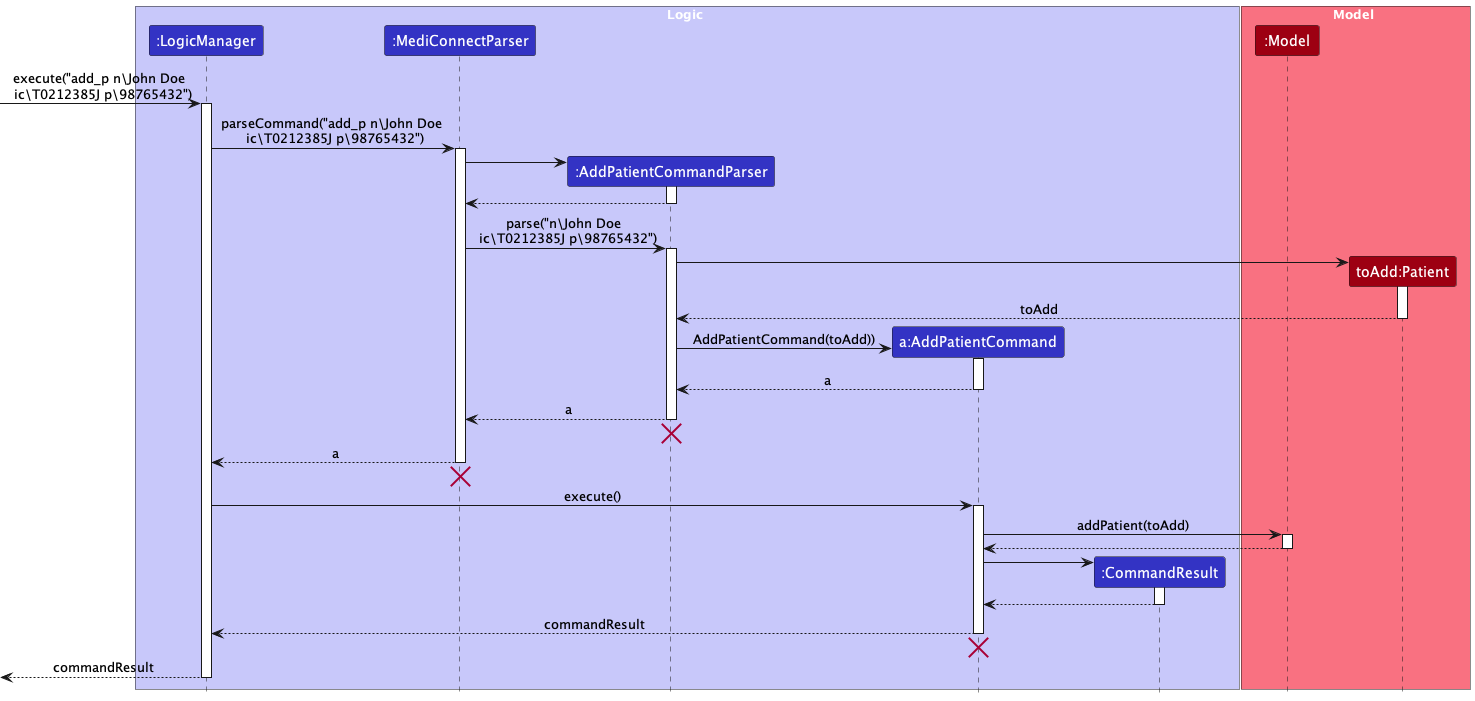
Above: docs/images/AddPatientSequenceDiagram.png in yanghengtang/tp (PlantUML), before the change. The source it was exported from:
```plantuml
@startuml
!include ../style.puml
skinparam ArrowFontStyle plain

box Logic LOGIC_COLOR_T1
participant ":LogicManager" as LogicManager LOGIC_COLOR
participant ":MediConnectParser" as MediConnectParser LOGIC_COLOR
participant ":AddPatientCommandParser" as AddPatientCommandParser LOGIC_COLOR
participant "a:AddPatientCommand" as AddPatientCommand LOGIC_COLOR
participant ":CommandResult" as CommandResult LOGIC_COLOR
end box

box Model MODEL_COLOR_T1
participant ":Model" as Model MODEL_COLOR
participant "toAdd:Patient" as Patient MODEL_COLOR
end box

[-> LogicManager : execute("add_p n\John Doe \n ic\T0212385J p\98765432")
activate LogicManager

LogicManager -> MediConnectParser : parseCommand("add_p n\John Doe \n ic\T0212385J p\98765432")
activate MediConnectParser

create AddPatientCommandParser
MediConnectParser -> AddPatientCommandParser
activate AddPatientCommandParser

AddPatientCommandParser --> MediConnectParser
deactivate AddPatientCommandParser

MediConnectParser -> AddPatientCommandParser : parse("n\John Doe \n ic\T0212385J p\98765432")
activate AddPatientCommandParser

create Patient
AddPatientCommandParser -> Patient
activate Patient

Patient --> AddPatientCommandParser : toAdd
deactivate

create AddPatientCommand
AddPatientCommandParser -> AddPatientCommand : AddPatientCommand(toAdd))
activate AddPatientCommand

AddPatientCommand --> AddPatientCommandParser : a
deactivate AddPatientCommand

AddPatientCommandParser --> MediConnectParser : a
deactivate AddPatientCommandParser
AddPatientCommandParser -[hidden]-> MediConnectParser
destroy AddPatientCommandParser

MediConnectParser --> LogicManager : a
deactivate MediConnectParser
MediConnectParser -[hidden]-> AddPatientCommandParser
destroy MediConnectParser

LogicManager -> AddPatientCommand : execute()
activate AddPatientCommand

AddPatientCommand -> Model : addPatient(toAdd)
activate Model

Model --> AddPatientCommand
deactivate Model

create CommandResult
AddPatientCommand -> CommandResult
activate CommandResult

CommandResult --> AddPatientCommand
deactivate CommandResult

AddPatientCommand --> LogicManager : commandResult
deactivate AddPatientCommand
AddPatientCommand -[hidden]-> Model
destroy AddPatientCommand

[<--LogicManager : commandResult
deactivate LogicManager
@enduml
```
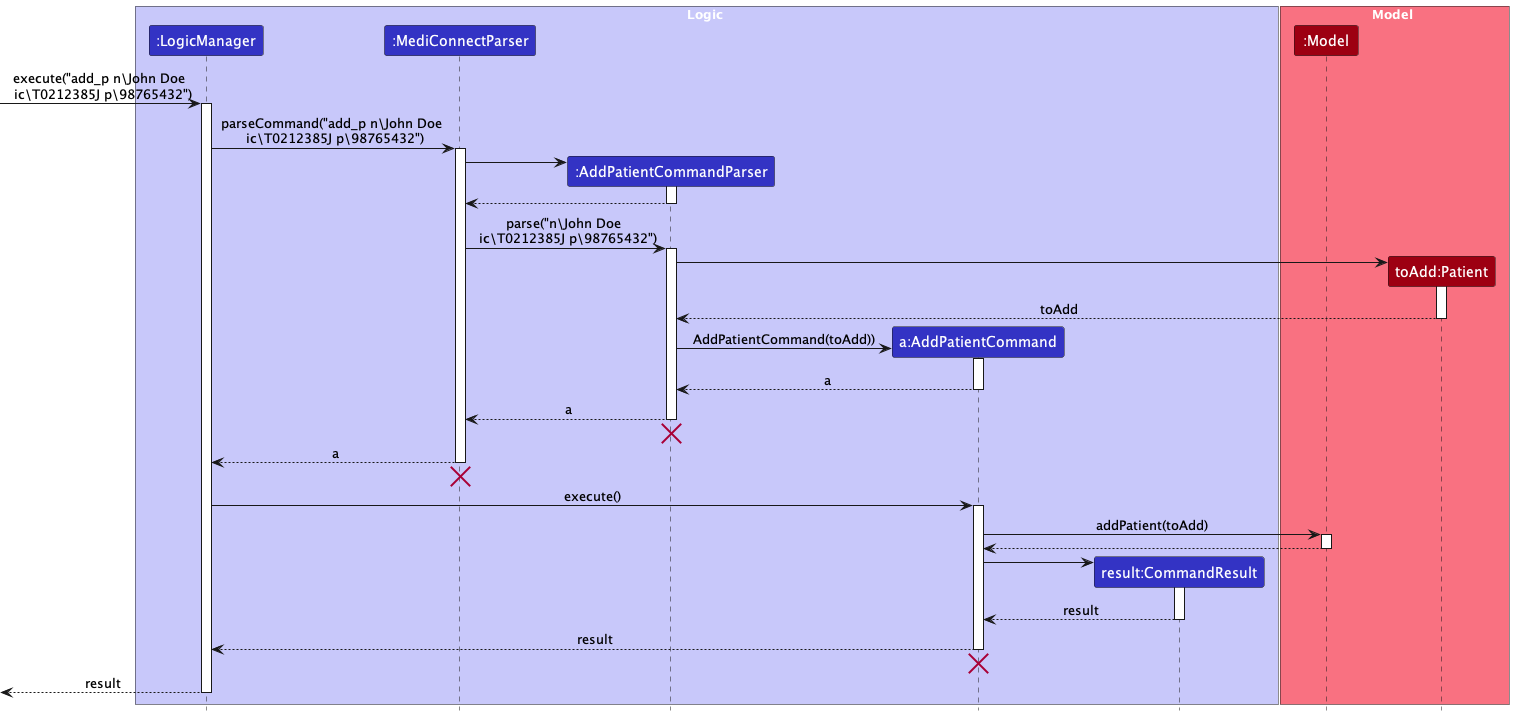
After the commit.

Commit message:
Update Add/delete sequence diagrams in dg

Diff of the diagram source:
```diff
@@ -7,7 +7,7 @@
 participant ":MediConnectParser" as MediConnectParser LOGIC_COLOR
 participant ":AddPatientCommandParser" as AddPatientCommandParser LOGIC_COLOR
 participant "a:AddPatientCommand" as AddPatientCommand LOGIC_COLOR
-participant ":CommandResult" as CommandResult LOGIC_COLOR
+participant "result:CommandResult" as CommandResult LOGIC_COLOR
 end box
 
 box Model MODEL_COLOR_T1
@@ -68,14 +68,14 @@
 AddPatientCommand -> CommandResult
 activate CommandResult
 
-CommandResult --> AddPatientCommand
+CommandResult --> AddPatientCommand : result
 deactivate CommandResult
 
-AddPatientCommand --> LogicManager : commandResult
+AddPatientCommand --> LogicManager : result
 deactivate AddPatientCommand
 AddPatientCommand -[hidden]-> Model
 destroy AddPatientCommand
 
-[<--LogicManager : commandResult
+[<--LogicManager : result
 deactivate LogicManager
 @enduml
```
